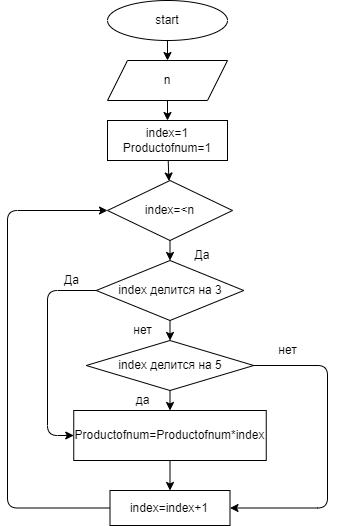
The draw.io diagram task1.drawio.png in daria9408/daria9408, before a commit. Source tidied: cells renumbered, new cells last; positions are measured from the earlier drawing's top-left corner, leaving out a move shared by most shapes.
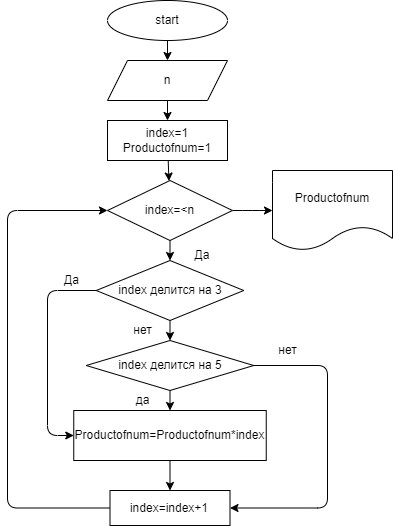
The same diagram one commit later.

Commit message:
добавлено окончание осн. условия_вывод произвед.

The edit, as a diff of the source:
```diff
@@ -23,6 +23,9 @@
     <mxCell id="8" style="edgeStyle=none;html=1;" parent="1" edge="1" source="9" target="12">
       <mxGeometry relative="1" as="geometry" />
     </mxCell>
+    <mxCell id="25" style="edgeStyle=elbowEdgeStyle;html=1;exitX=1;exitY=0.5;exitDx=0;exitDy=0;entryX=0;entryY=0.5;entryDx=0;entryDy=0;" parent="1" edge="1" source="9" target="26">
+      <mxGeometry relative="1" as="geometry" />
+    </mxCell>
     <mxCell id="9" value="index=&amp;lt;n" style="rhombus;whiteSpace=wrap;html=1;" parent="1" vertex="1">
       <mxGeometry x="100" y="180" width="125" height="60" as="geometry" />
     </mxCell>
@@ -83,5 +86,8 @@
     <mxCell id="24" value="нет" style="text;html=1;align=center;verticalAlign=middle;strokeColor=none;fillColor=none;" parent="1" vertex="1">
       <mxGeometry x="265" y="340" width="30" height="20" as="geometry" />
     </mxCell>
+    <mxCell id="26" value="Productofnum" style="shape=document;whiteSpace=wrap;html=1;boundedLbl=1;" parent="1" vertex="1">
+      <mxGeometry x="265" y="170" width="120" height="80" as="geometry" />
+    </mxCell>
   </root>
 </mxGraphModel>
```
